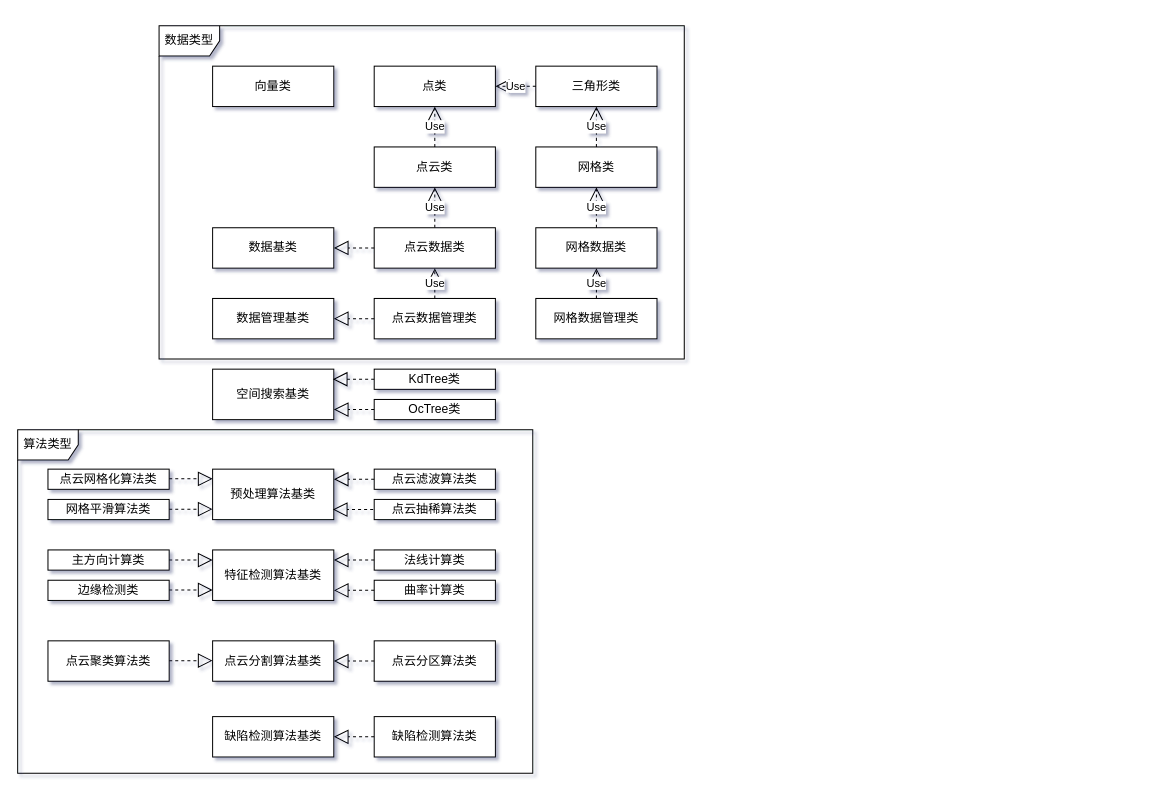
This is 测试2.drawio from xuxiaofeng6/UML, a draw.io file, before an edit. Source tidied: cells renumbered, new cells numbered last; positions are measured from the earlier drawing's top-left corner, leaving out a move shared by most shapes. Both pictures are drawn from the tidied source at 101%, with x=0, y=0 at pixel (17, 25).
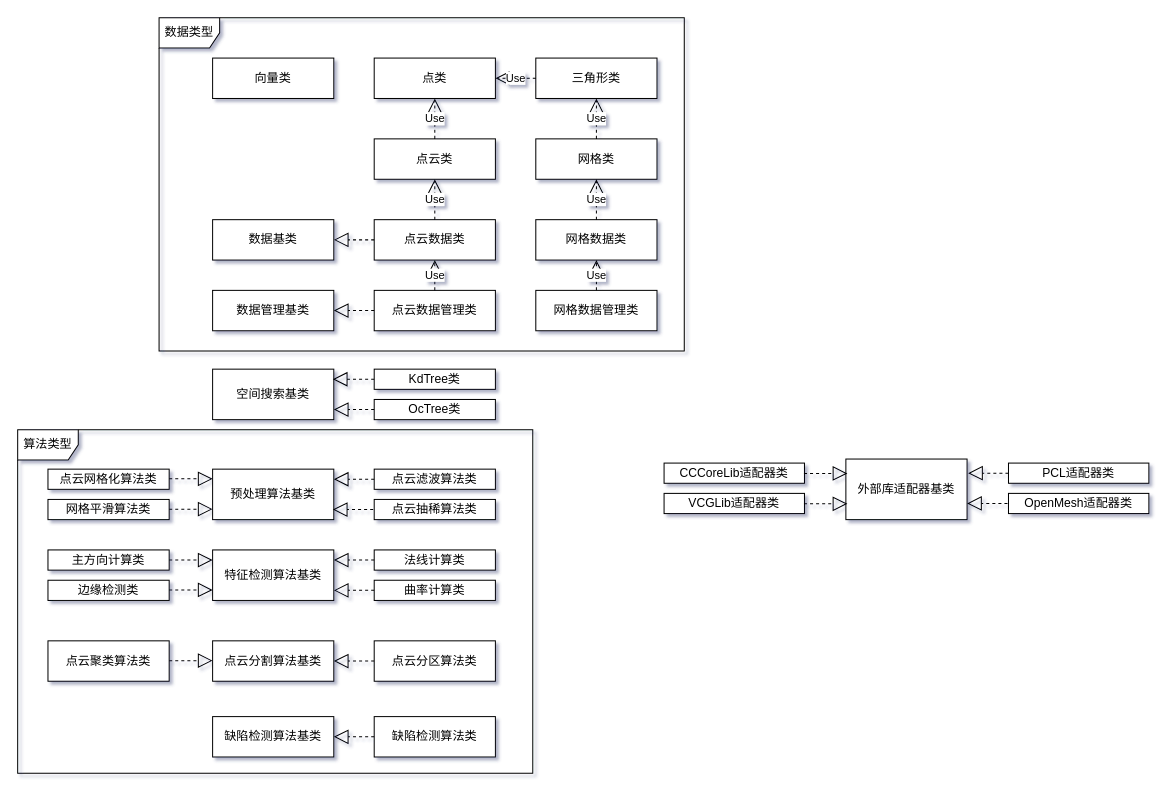
Above is the later version.

Change to the diagram source:
```diff
@@
     <mxCell id="2" value="点类" style="rounded=0;whiteSpace=wrap;html=1;" parent="1" vertex="1">
-      <mxGeometry x="353" y="40" width="120" height="40" as="geometry" />
+      <mxGeometry x="353" y="32" width="120" height="40" as="geometry" />
     </mxCell>
     <mxCell id="3" value="点云类" style="rounded=0;whiteSpace=wrap;html=1;" parent="1" vertex="1">
-      <mxGeometry x="353" y="120" width="120" height="40" as="geometry" />
+      <mxGeometry x="353" y="112" width="120" height="40" as="geometry" />
     </mxCell>
     <mxCell id="4" value="点云数据管理类" style="rounded=0;whiteSpace=wrap;html=1;" parent="1" vertex="1">
-      <mxGeometry x="353" y="270" width="120" height="40" as="geometry" />
+      <mxGeometry x="353" y="262" width="120" height="40" as="geometry" />
     </mxCell>
     <mxCell id="5" value="网格类" style="rounded=0;whiteSpace=wrap;html=1;" parent="1" vertex="1">
-      <mxGeometry x="513" y="120" width="120" height="40" as="geometry" />
+      <mxGeometry x="513" y="112" width="120" height="40" as="geometry" />
     </mxCell>
     <mxCell id="6" value="三角形类" style="rounded=0;whiteSpace=wrap;html=1;" parent="1" vertex="1">
-      <mxGeometry x="513" y="40" width="120" height="40" as="geometry" />
+      <mxGeometry x="513" y="32" width="120" height="40" as="geometry" />
     </mxCell>
     <mxCell id="7" value="网格数据管理类" style="rounded=0;whiteSpace=wrap;html=1;" parent="1" vertex="1">
-      <mxGeometry x="513" y="270" width="120" height="40" as="geometry" />
+      <mxGeometry x="513" y="262" width="120" height="40" as="geometry" />
     </mxCell>
     <mxCell id="8" value="数据管理基类" style="rounded=0;whiteSpace=wrap;html=1;" parent="1" vertex="1">
-      <mxGeometry x="193" y="270" width="120" height="40" as="geometry" />
+      <mxGeometry x="193" y="262" width="120" height="40" as="geometry" />
     </mxCell>
@@
     <mxCell id="12" value="点云数据类" style="rounded=0;whiteSpace=wrap;html=1;" parent="1" vertex="1">
-      <mxGeometry x="353" y="200" width="120" height="40" as="geometry" />
+      <mxGeometry x="353" y="192" width="120" height="40" as="geometry" />
     </mxCell>
     <mxCell id="13" value="网格数据类" style="rounded=0;whiteSpace=wrap;html=1;" parent="1" vertex="1">
-      <mxGeometry x="513" y="200" width="120" height="40" as="geometry" />
+      <mxGeometry x="513" y="192" width="120" height="40" as="geometry" />
     </mxCell>
     <mxCell id="14" value="数据基类" style="rounded=0;whiteSpace=wrap;html=1;" parent="1" vertex="1">
-      <mxGeometry x="193" y="200" width="120" height="40" as="geometry" />
+      <mxGeometry x="193" y="192" width="120" height="40" as="geometry" />
     </mxCell>
@@
     <mxCell id="21" value="向量类" style="rounded=0;whiteSpace=wrap;html=1;" parent="1" vertex="1">
-      <mxGeometry x="193" y="40" width="120" height="40" as="geometry" />
+      <mxGeometry x="193" y="32" width="120" height="40" as="geometry" />
     </mxCell>
@@
     <mxCell id="34" value="Use" style="endArrow=open;endSize=12;dashed=1;html=1;rounded=0;exitX=0.5;exitY=0;exitDx=0;exitDy=0;" parent="1" edge="1" source="12">
       <mxGeometry relative="1" as="geometry">
-        <mxPoint x="413" y="160" as="targetPoint" />
+        <mxPoint x="413" y="152" as="targetPoint" />
       </mxGeometry>
     </mxCell>
@@
     <mxCell id="37" value="Use" style="endArrow=open;endSize=12;dashed=1;html=1;rounded=0;exitX=0.5;exitY=0;exitDx=0;exitDy=0;" parent="1" edge="1" source="4">
       <mxGeometry relative="1" as="geometry">
-        <mxPoint x="413" y="240" as="targetPoint" />
+        <mxPoint x="413" y="232" as="targetPoint" />
       </mxGeometry>
     </mxCell>
@@
     <mxCell id="53" value="数据类型" style="shape=umlFrame;whiteSpace=wrap;html=1;" parent="1" vertex="1">
-      <mxGeometry x="140" width="520" height="330" as="geometry" />
+      <mxGeometry x="140" y="-8" width="520" height="330" as="geometry" />
     </mxCell>
@@
+    <mxCell id="55" value="外部库适配器基类" style="rounded=0;whiteSpace=wrap;html=1;" parent="1" vertex="1">
+      <mxGeometry x="820" y="429" width="120" height="60" as="geometry" />
+    </mxCell>
+    <mxCell id="56" value="PCL适配器类" style="rounded=0;whiteSpace=wrap;html=1;" parent="1" vertex="1">
+      <mxGeometry x="981" y="433" width="139" height="20" as="geometry" />
+    </mxCell>
+    <mxCell id="57" value="OpenMesh适配器类" style="rounded=0;whiteSpace=wrap;html=1;" parent="1" vertex="1">
+      <mxGeometry x="981" y="463" width="139" height="20" as="geometry" />
+    </mxCell>
+    <mxCell id="58" style="endArrow=block;dashed=1;endFill=0;endSize=12;html=1;rounded=0;exitX=0;exitY=0.5;exitDx=0;exitDy=0;" parent="1" edge="1" source="56">
+      <mxGeometry relative="1" as="geometry">
+        <mxPoint x="941" y="443" as="targetPoint" />
+      </mxGeometry>
+    </mxCell>
+    <mxCell id="59" style="endArrow=block;dashed=1;endFill=0;endSize=12;html=1;rounded=0;" parent="1" edge="1">
+      <mxGeometry relative="1" as="geometry">
+        <mxPoint x="980" y="473" as="sourcePoint" />
+        <mxPoint x="940" y="473" as="targetPoint" />
+      </mxGeometry>
+    </mxCell>
+    <mxCell id="60" value="CCCoreLib适配器类" style="rounded=0;whiteSpace=wrap;html=1;" parent="1" vertex="1">
+      <mxGeometry x="640" y="433" width="139" height="20" as="geometry" />
+    </mxCell>
+    <mxCell id="61" value="VCGLib适配器类" style="rounded=0;whiteSpace=wrap;html=1;" parent="1" vertex="1">
+      <mxGeometry x="640" y="463" width="139" height="20" as="geometry" />
+    </mxCell>
+    <mxCell id="62" style="endArrow=block;dashed=1;endFill=0;endSize=12;html=1;rounded=0;exitX=1;exitY=0.5;exitDx=0;exitDy=0;" parent="1" edge="1">
+      <mxGeometry relative="1" as="geometry">
+        <mxPoint x="778.5" y="473.3" as="sourcePoint" />
+        <mxPoint x="821.5" y="473.3" as="targetPoint" />
+      </mxGeometry>
+    </mxCell>
+    <mxCell id="63" style="endArrow=block;dashed=1;endFill=0;endSize=12;html=1;rounded=0;exitX=1;exitY=0.5;exitDx=0;exitDy=0;" parent="1" edge="1">
+      <mxGeometry relative="1" as="geometry">
+        <mxPoint x="778.5" y="443.3" as="sourcePoint" />
+        <mxPoint x="821.5" y="443.3" as="targetPoint" />
+      </mxGeometry>
+    </mxCell>
```
